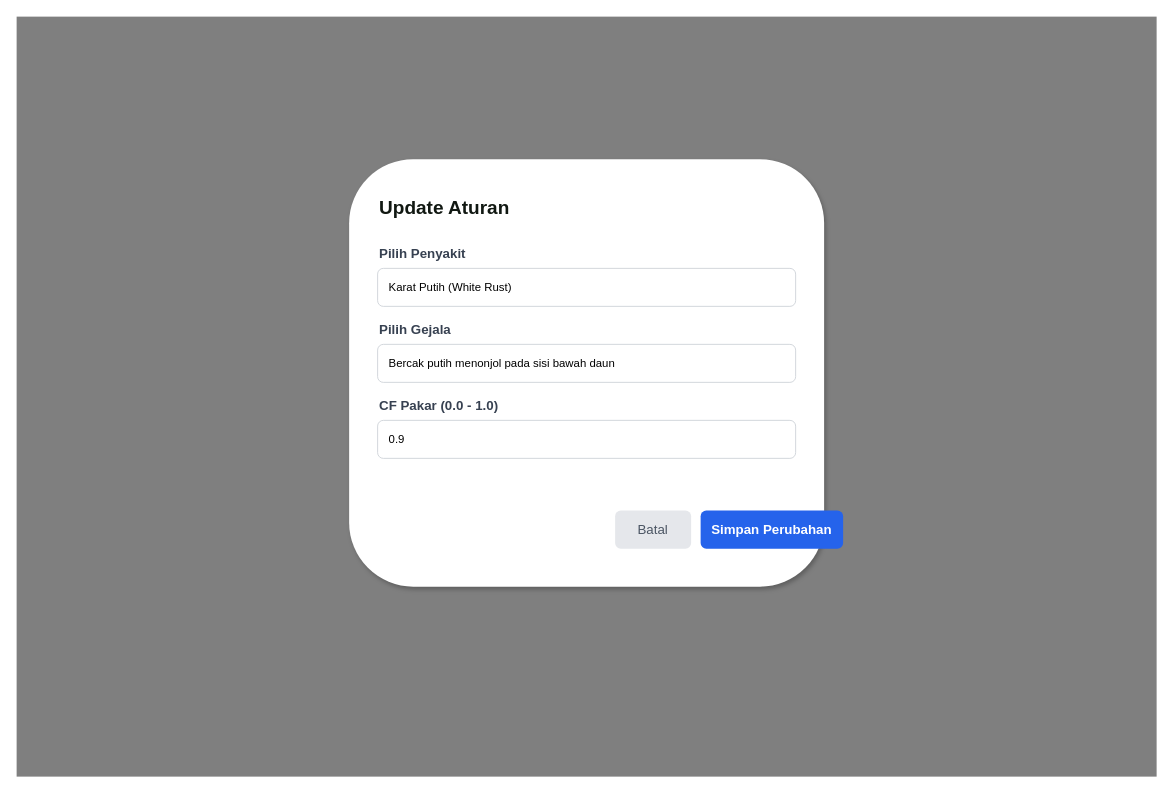
Above: diagram/desain/admin-update-aturan.drawio in RajaSunrise/kangkungku (draw.io), before the change. Source tidied: cells renumbered, new cells numbered last; positions are measured from the earlier drawing's top-left corner, leaving out a move shared by most shapes. Both pictures are drawn from the tidied source at 95%, with x=0, y=0 at pixel (16, 16).
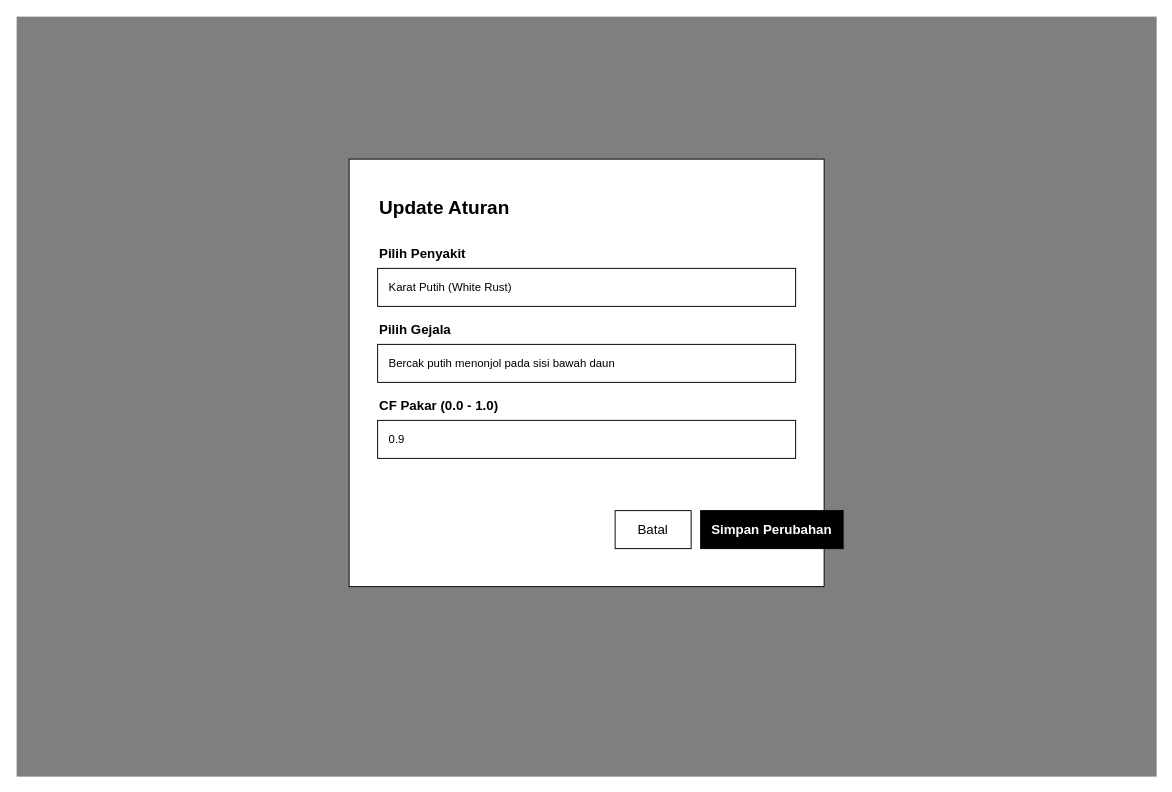
Above is the later version.

The edit, as a diff of the source:
```diff
@@
 <mxGraphModel>
   <root>
     <mxCell id="0" />
     <mxCell id="1" parent="0" />
     <mxCell id="2" style="rounded=0;whiteSpace=wrap;html=1;fillColor=#000000;fillOpacity=50;strokeColor=none;" parent="1" vertex="1">
       <mxGeometry width="1200" height="800" as="geometry" />
     </mxCell>
-    <mxCell id="3" style="rounded=1;whiteSpace=wrap;html=1;fillColor=#FFFFFF;strokeColor=none;shadow=1;" parent="1" vertex="1">
+    <mxCell id="3" style="rounded=0;whiteSpace=wrap;html=1;fillColor=#FFFFFF;strokeColor=#000000;" parent="1" vertex="1">
       <mxGeometry x="350" y="150" width="500" height="450" as="geometry" />
     </mxCell>
-    <mxCell id="4" value="Update Aturan" style="text;html=1;strokeColor=none;fillColor=none;align=left;verticalAlign=middle;whiteSpace=wrap;rounded=0;fontColor=#111812;fontSize=20;fontStyle=1;" parent="1" vertex="1">
+    <mxCell id="4" value="Update Aturan" style="text;html=1;strokeColor=none;fillColor=none;align=left;verticalAlign=middle;whiteSpace=wrap;rounded=0;fontColor=#000000;fontSize=20;fontStyle=1;" parent="1" vertex="1">
       <mxGeometry x="380" y="180" width="300" height="40" as="geometry" />
     </mxCell>
-    <mxCell id="5" value="Pilih Penyakit" style="text;html=1;strokeColor=none;fillColor=none;align=left;verticalAlign=middle;whiteSpace=wrap;rounded=0;fontColor=#374151;fontSize=14;fontStyle=1;" parent="1" vertex="1">
+    <mxCell id="5" value="Pilih Penyakit" style="text;html=1;strokeColor=none;fillColor=none;align=left;verticalAlign=middle;whiteSpace=wrap;rounded=0;fontColor=#000000;fontSize=14;fontStyle=1;" parent="1" vertex="1">
       <mxGeometry x="380" y="240" width="150" height="20" as="geometry" />
     </mxCell>
-    <mxCell id="6" value="Karat Putih (White Rust)" style="rounded=1;whiteSpace=wrap;html=1;fillColor=#FFFFFF;strokeColor=#D1D5DB;align=left;spacingLeft=10;" parent="1" vertex="1">
+    <mxCell id="6" value="Karat Putih (White Rust)" style="rounded=0;whiteSpace=wrap;html=1;fillColor=#FFFFFF;strokeColor=#000000;align=left;spacingLeft=10;" parent="1" vertex="1">
       <mxGeometry x="380" y="265" width="440" height="40" as="geometry" />
     </mxCell>
-    <mxCell id="7" value="Pilih Gejala" style="text;html=1;strokeColor=none;fillColor=none;align=left;verticalAlign=middle;whiteSpace=wrap;rounded=0;fontColor=#374151;fontSize=14;fontStyle=1;" parent="1" vertex="1">
+    <mxCell id="7" value="Pilih Gejala" style="text;html=1;strokeColor=none;fillColor=none;align=left;verticalAlign=middle;whiteSpace=wrap;rounded=0;fontColor=#000000;fontSize=14;fontStyle=1;" parent="1" vertex="1">
       <mxGeometry x="380" y="320" width="150" height="20" as="geometry" />
     </mxCell>
-    <mxCell id="8" value="Bercak putih menonjol pada sisi bawah daun" style="rounded=1;whiteSpace=wrap;html=1;fillColor=#FFFFFF;strokeColor=#D1D5DB;align=left;spacingLeft=10;" parent="1" vertex="1">
+    <mxCell id="8" value="Bercak putih menonjol pada sisi bawah daun" style="rounded=0;whiteSpace=wrap;html=1;fillColor=#FFFFFF;strokeColor=#000000;align=left;spacingLeft=10;" parent="1" vertex="1">
       <mxGeometry x="380" y="345" width="440" height="40" as="geometry" />
     </mxCell>
-    <mxCell id="9" value="CF Pakar (0.0 - 1.0)" style="text;html=1;strokeColor=none;fillColor=none;align=left;verticalAlign=middle;whiteSpace=wrap;rounded=0;fontColor=#374151;fontSize=14;fontStyle=1;" parent="1" vertex="1">
+    <mxCell id="9" value="CF Pakar (0.0 - 1.0)" style="text;html=1;strokeColor=none;fillColor=none;align=left;verticalAlign=middle;whiteSpace=wrap;rounded=0;fontColor=#000000;fontSize=14;fontStyle=1;" parent="1" vertex="1">
       <mxGeometry x="380" y="400" width="200" height="20" as="geometry" />
     </mxCell>
-    <mxCell id="10" value="0.9" style="rounded=1;whiteSpace=wrap;html=1;fillColor=#FFFFFF;strokeColor=#D1D5DB;align=left;spacingLeft=10;" parent="1" vertex="1">
+    <mxCell id="10" value="0.9" style="rounded=0;whiteSpace=wrap;html=1;fillColor=#FFFFFF;strokeColor=#000000;align=left;spacingLeft=10;" parent="1" vertex="1">
       <mxGeometry x="380" y="425" width="440" height="40" as="geometry" />
     </mxCell>
-    <mxCell id="11" value="Batal" style="rounded=1;whiteSpace=wrap;html=1;fillColor=#E5E7EB;strokeColor=none;fontColor=#4B5563;fontSize=14;" parent="1" vertex="1">
+    <mxCell id="11" value="Batal" style="rounded=0;whiteSpace=wrap;html=1;fillColor=#FFFFFF;strokeColor=#000000;fontColor=#000000;fontSize=14;" parent="1" vertex="1">
       <mxGeometry x="630" y="520" width="80" height="40" as="geometry" />
     </mxCell>
-    <mxCell id="12" value="Simpan Perubahan" style="rounded=1;whiteSpace=wrap;html=1;fillColor=#2563EB;strokeColor=none;fontColor=#FFFFFF;fontStyle=1;fontSize=14;" parent="1" vertex="1">
+    <mxCell id="12" value="Simpan Perubahan" style="rounded=0;whiteSpace=wrap;html=1;fillColor=#000000;strokeColor=#000000;fontColor=#FFFFFF;fontStyle=1;fontSize=14;" parent="1" vertex="1">
       <mxGeometry x="720" y="520" width="150" height="40" as="geometry" />
     </mxCell>
   </root>
 </mxGraphModel>
```
